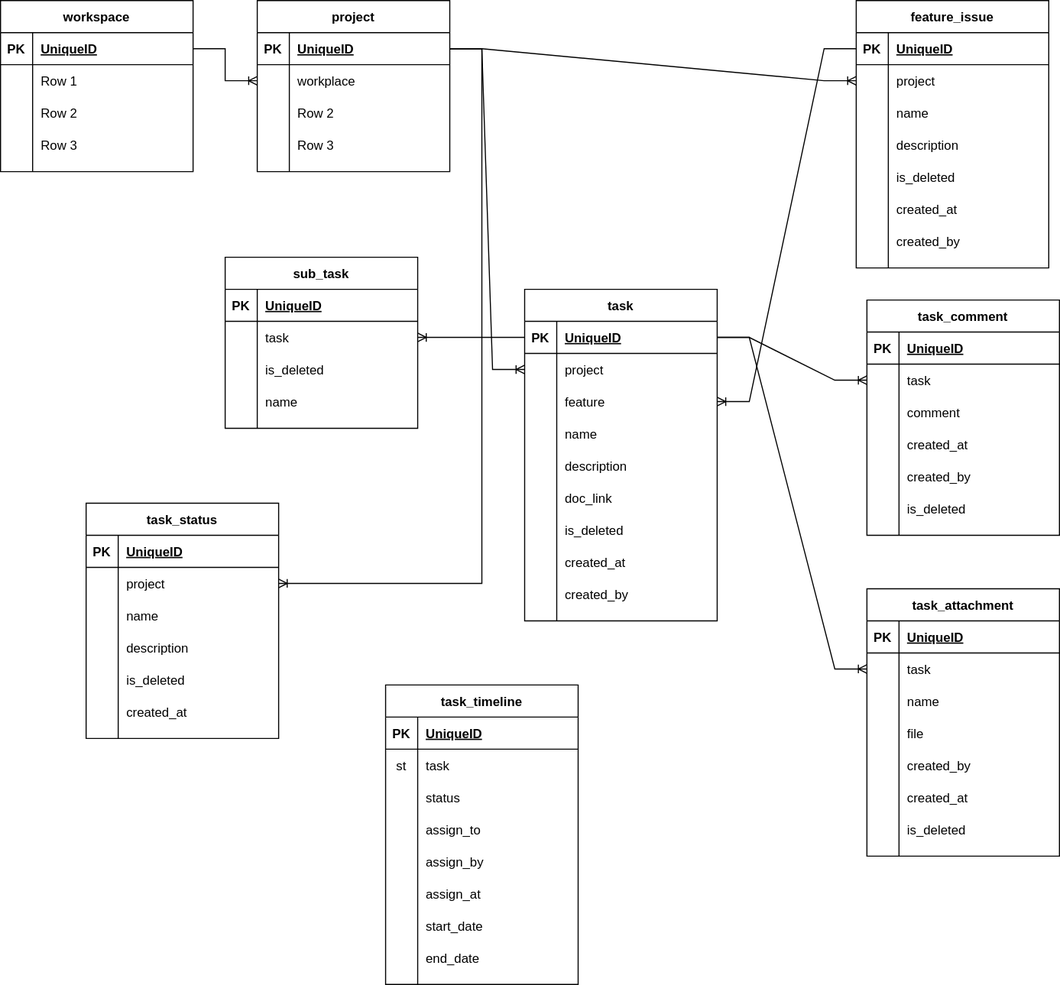
The draw.io diagram docs/ER.drawio.svg in effective-solutions-xyz/daily-update, before a commit. Source tidied: cells renumbered, new cells last; positions are measured from the earlier drawing's top-left corner, leaving out a move shared by most shapes.
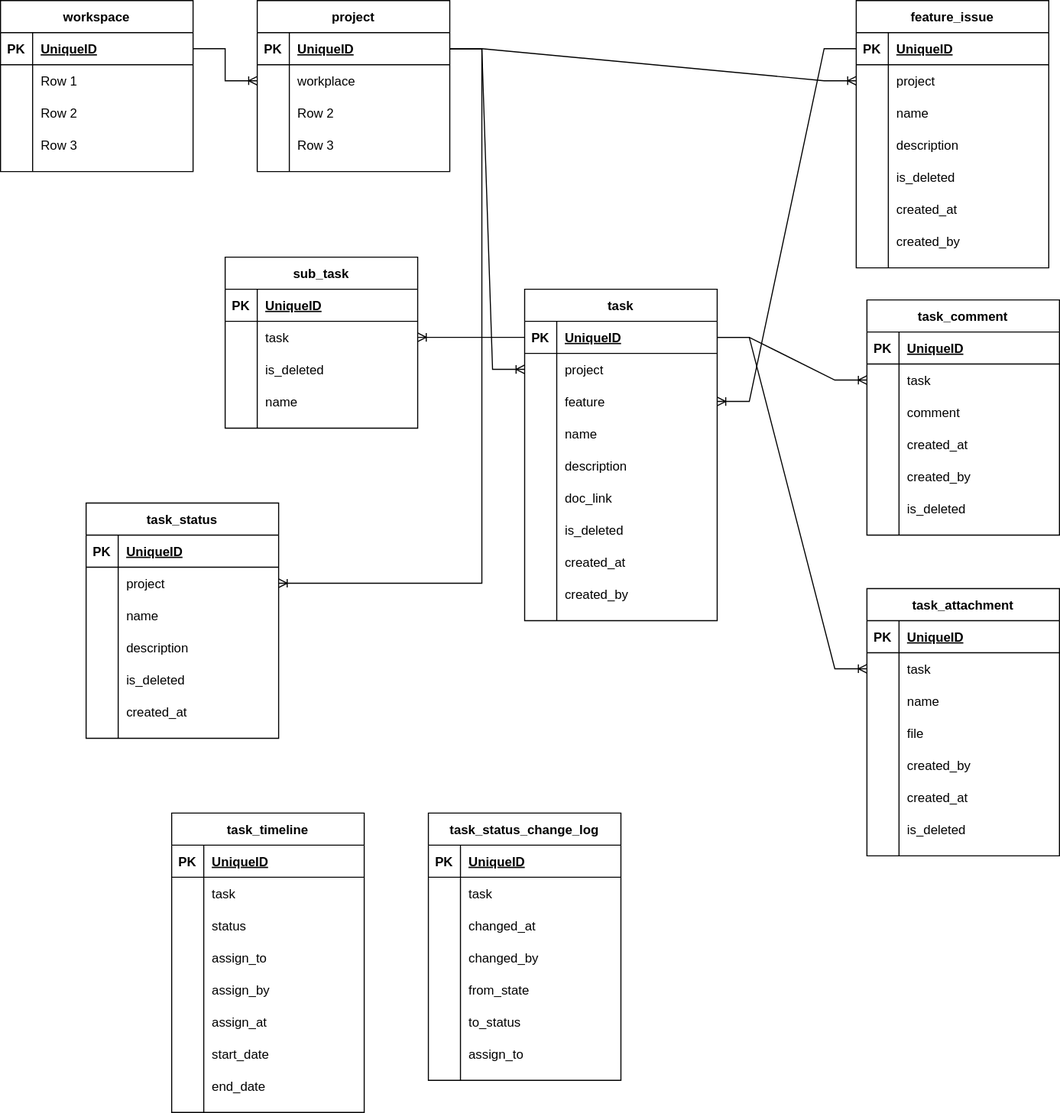
Above is the later version.

Diff of the diagram source:
```diff
@@ -474,7 +474,7 @@
       <mxGeometry relative="1" as="geometry" />
     </mxCell>
     <mxCell id="159" value="task_timeline" style="shape=table;startSize=30;rowLines=0;fontStyle=1;align=center;" parent="1" vertex="1">
-      <mxGeometry x="360" y="640" width="180" height="280" as="geometry" />
+      <mxGeometry x="160" y="760" width="180" height="280" as="geometry" />
     </mxCell>
     <mxCell id="160" style="shape=partialRectangle;fillColor=none;top=0;left=0;bottom=1;right=0;" parent="159" vertex="1">
       <mxGeometry y="30" width="180" height="30" as="geometry" />
@@ -488,7 +488,7 @@
     <mxCell id="163" style="shape=partialRectangle;fillColor=none;top=0;left=0;bottom=0;right=0;" parent="159" vertex="1">
       <mxGeometry y="60" width="180" height="30" as="geometry" />
     </mxCell>
-    <mxCell id="164" value="st" style="shape=partialRectangle;fillColor=none;top=0;left=0;bottom=0;right=0;overflow=hidden;" parent="163" vertex="1">
+    <mxCell id="164" style="shape=partialRectangle;fillColor=none;top=0;left=0;bottom=0;right=0;overflow=hidden;" parent="163" vertex="1">
       <mxGeometry width="30" height="30" as="geometry" />
     </mxCell>
     <mxCell id="165" value="task" style="shape=partialRectangle;fillColor=none;top=0;left=0;bottom=0;right=0;align=left;spacingLeft=6;overflow=hidden;" parent="163" vertex="1">
@@ -548,5 +548,71 @@
     <mxCell id="183" value="end_date" style="shape=partialRectangle;fillColor=none;top=0;left=0;bottom=0;right=0;align=left;spacingLeft=6;overflow=hidden;" parent="181" vertex="1">
       <mxGeometry x="30" width="150" height="30" as="geometry" />
     </mxCell>
+    <mxCell id="184" value="task_status_change_log" style="shape=table;startSize=30;rowLines=0;fontStyle=1;align=center;" parent="1" vertex="1">
+      <mxGeometry x="400" y="760" width="180" height="250" as="geometry" />
+    </mxCell>
+    <mxCell id="185" style="shape=partialRectangle;fillColor=none;top=0;left=0;bottom=1;right=0;" parent="184" vertex="1">
+      <mxGeometry y="30" width="180" height="30" as="geometry" />
+    </mxCell>
+    <mxCell id="186" value="PK" style="shape=partialRectangle;fillColor=none;top=0;left=0;bottom=0;right=0;fontStyle=1;overflow=hidden;" parent="185" vertex="1">
+      <mxGeometry width="30" height="30" as="geometry" />
+    </mxCell>
+    <mxCell id="187" value="UniqueID" style="shape=partialRectangle;fillColor=none;top=0;left=0;bottom=0;right=0;align=left;spacingLeft=6;fontStyle=5;overflow=hidden;" parent="185" vertex="1">
+      <mxGeometry x="30" width="150" height="30" as="geometry" />
+    </mxCell>
+    <mxCell id="188" style="shape=partialRectangle;fillColor=none;top=0;left=0;bottom=0;right=0;" parent="184" vertex="1">
+      <mxGeometry y="60" width="180" height="30" as="geometry" />
+    </mxCell>
+    <mxCell id="189" style="shape=partialRectangle;fillColor=none;top=0;left=0;bottom=0;right=0;overflow=hidden;" parent="188" vertex="1">
+      <mxGeometry width="30" height="30" as="geometry" />
+    </mxCell>
+    <mxCell id="190" value="task" style="shape=partialRectangle;fillColor=none;top=0;left=0;bottom=0;right=0;align=left;spacingLeft=6;overflow=hidden;" parent="188" vertex="1">
+      <mxGeometry x="30" width="150" height="30" as="geometry" />
+    </mxCell>
+    <mxCell id="191" style="shape=partialRectangle;fillColor=none;top=0;left=0;bottom=0;right=0;" parent="184" vertex="1">
+      <mxGeometry y="90" width="180" height="30" as="geometry" />
+    </mxCell>
+    <mxCell id="192" style="shape=partialRectangle;fillColor=none;top=0;left=0;bottom=0;right=0;overflow=hidden;" parent="191" vertex="1">
+      <mxGeometry width="30" height="30" as="geometry" />
+    </mxCell>
+    <mxCell id="193" value="changed_at" style="shape=partialRectangle;fillColor=none;top=0;left=0;bottom=0;right=0;align=left;spacingLeft=6;overflow=hidden;" parent="191" vertex="1">
+      <mxGeometry x="30" width="150" height="30" as="geometry" />
+    </mxCell>
+    <mxCell id="194" style="shape=partialRectangle;fillColor=none;top=0;left=0;bottom=0;right=0;" parent="184" vertex="1">
+      <mxGeometry y="120" width="180" height="30" as="geometry" />
+    </mxCell>
+    <mxCell id="195" style="shape=partialRectangle;fillColor=none;top=0;left=0;bottom=0;right=0;overflow=hidden;" parent="194" vertex="1">
+      <mxGeometry width="30" height="30" as="geometry" />
+    </mxCell>
+    <mxCell id="196" value="changed_by" style="shape=partialRectangle;fillColor=none;top=0;left=0;bottom=0;right=0;align=left;spacingLeft=6;overflow=hidden;" parent="194" vertex="1">
+      <mxGeometry x="30" width="150" height="30" as="geometry" />
+    </mxCell>
+    <mxCell id="197" style="shape=partialRectangle;fillColor=none;top=0;left=0;bottom=0;right=0;" parent="184" vertex="1">
+      <mxGeometry y="150" width="180" height="30" as="geometry" />
+    </mxCell>
+    <mxCell id="198" style="shape=partialRectangle;fillColor=none;top=0;left=0;bottom=0;right=0;overflow=hidden;" parent="197" vertex="1">
+      <mxGeometry width="30" height="30" as="geometry" />
+    </mxCell>
+    <mxCell id="199" value="from_state" style="shape=partialRectangle;fillColor=none;top=0;left=0;bottom=0;right=0;align=left;spacingLeft=6;overflow=hidden;" parent="197" vertex="1">
+      <mxGeometry x="30" width="150" height="30" as="geometry" />
+    </mxCell>
+    <mxCell id="200" style="shape=partialRectangle;fillColor=none;top=0;left=0;bottom=0;right=0;" parent="184" vertex="1">
+      <mxGeometry y="180" width="180" height="30" as="geometry" />
+    </mxCell>
+    <mxCell id="201" style="shape=partialRectangle;fillColor=none;top=0;left=0;bottom=0;right=0;overflow=hidden;" parent="200" vertex="1">
+      <mxGeometry width="30" height="30" as="geometry" />
+    </mxCell>
+    <mxCell id="202" value="to_status" style="shape=partialRectangle;fillColor=none;top=0;left=0;bottom=0;right=0;align=left;spacingLeft=6;overflow=hidden;" parent="200" vertex="1">
+      <mxGeometry x="30" width="150" height="30" as="geometry" />
+    </mxCell>
+    <mxCell id="203" style="shape=partialRectangle;fillColor=none;top=0;left=0;bottom=0;right=0;" parent="184" vertex="1">
+      <mxGeometry y="210" width="180" height="30" as="geometry" />
+    </mxCell>
+    <mxCell id="204" style="shape=partialRectangle;fillColor=none;top=0;left=0;bottom=0;right=0;overflow=hidden;" parent="203" vertex="1">
+      <mxGeometry width="30" height="30" as="geometry" />
+    </mxCell>
+    <mxCell id="205" value="assign_to" style="shape=partialRectangle;fillColor=none;top=0;left=0;bottom=0;right=0;align=left;spacingLeft=6;overflow=hidden;" parent="203" vertex="1">
+      <mxGeometry x="30" width="150" height="30" as="geometry" />
+    </mxCell>
   </root>
 </mxGraphModel>
```
